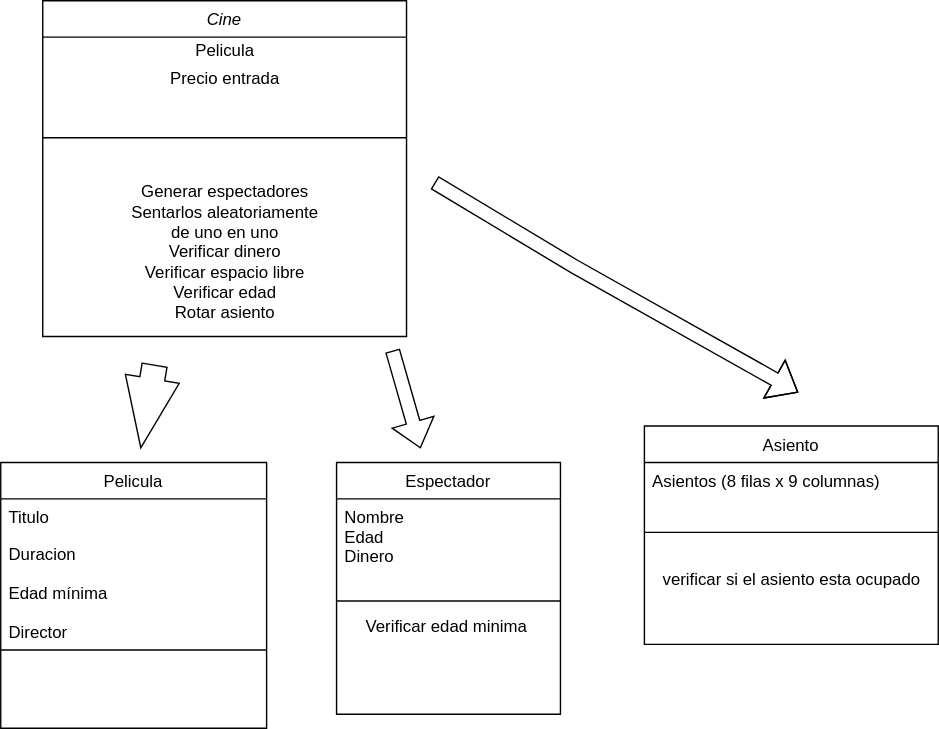
AidaQ27/UN09-EQUIPO6 keeps this draw.io diagram as Untitled Diagram.drawio.svg. Above is the earlier version. Source tidied: cells renumbered, new cells last; positions are measured from the earlier drawing's top-left corner, leaving out a move shared by most shapes. Its diagram source:
```xml
<mxGraphModel>
  <root>
    <mxCell id="0" />
    <mxCell id="1" parent="0" />
    <mxCell id="2" value="Cine" style="swimlane;fontStyle=2;align=center;verticalAlign=top;horizontal=1;startSize=26;rounded=0;shadow=0;strokeWidth=1;" parent="1" vertex="1">
      <mxGeometry x="30" width="260" height="240" as="geometry" />
    </mxCell>
    <mxCell id="3" value="Pelicula" style="text;html=1;align=center;verticalAlign=middle;strokeColor=none;fillColor=none;" parent="2" vertex="1">
      <mxGeometry y="26" width="260" height="20" as="geometry" />
    </mxCell>
    <mxCell id="4" value="Precio entrada" style="text;html=1;align=center;verticalAlign=middle;strokeColor=none;fillColor=none;" parent="2" vertex="1">
      <mxGeometry y="46" width="260" height="20" as="geometry" />
    </mxCell>
    <mxCell id="5" style="line;html=1;strokeWidth=1;align=left;verticalAlign=middle;spacingTop=-1;spacingLeft=3;spacingRight=3;labelPosition=right;" parent="2" vertex="1">
      <mxGeometry y="66" width="260" height="64" as="geometry" />
    </mxCell>
    <mxCell id="6" value="Generar espectadores&lt;br&gt;Sentarlos aleatoriamente&lt;br&gt;de uno en uno&lt;br&gt;Verificar dinero&lt;br&gt;Verificar espacio libre&lt;br&gt;Verificar edad&lt;br&gt;Rotar asiento" style="text;html=1;align=center;verticalAlign=middle;strokeColor=none;fillColor=none;" parent="2" vertex="1">
      <mxGeometry y="130" width="260" height="100" as="geometry" />
    </mxCell>
    <mxCell id="7" value="Pelicula" style="swimlane;fontStyle=0;align=center;verticalAlign=top;horizontal=1;startSize=26;rounded=0;shadow=0;strokeWidth=1;" parent="1" vertex="1">
      <mxGeometry y="330" width="190" height="190" as="geometry" />
    </mxCell>
    <mxCell id="8" value="Titulo" style="text;align=left;verticalAlign=top;spacingLeft=4;spacingRight=4;overflow=hidden;" parent="7" vertex="1">
      <mxGeometry y="26" width="190" height="26" as="geometry" />
    </mxCell>
    <mxCell id="9" value="Duracion&#10;&#10;Edad mínima&#10;&#10;Director" style="text;align=left;verticalAlign=top;spacingLeft=4;spacingRight=4;overflow=hidden;rounded=0;shadow=0;html=0;" parent="7" vertex="1">
      <mxGeometry y="52" width="190" height="78" as="geometry" />
    </mxCell>
    <mxCell id="10" style="line;html=1;strokeWidth=1;align=left;verticalAlign=middle;spacingTop=-1;spacingLeft=3;spacingRight=3;labelPosition=right;" parent="7" vertex="1">
      <mxGeometry y="130" width="190" height="8" as="geometry" />
    </mxCell>
    <mxCell id="11" value="Espectador" style="swimlane;fontStyle=0;align=center;verticalAlign=top;horizontal=1;startSize=26;rounded=0;shadow=0;strokeWidth=1;" parent="1" vertex="1">
      <mxGeometry x="240" y="330" width="160" height="180" as="geometry" />
    </mxCell>
    <mxCell id="12" value="Nombre&#10;Edad&#10;Dinero" style="text;align=left;verticalAlign=top;spacingLeft=4;spacingRight=4;overflow=hidden;" parent="11" vertex="1">
      <mxGeometry y="26" width="160" height="64" as="geometry" />
    </mxCell>
    <mxCell id="13" style="line;html=1;strokeWidth=1;align=left;verticalAlign=middle;spacingTop=-1;spacingLeft=3;spacingRight=3;labelPosition=right;" parent="11" vertex="1">
      <mxGeometry y="90" width="160" height="18" as="geometry" />
    </mxCell>
    <mxCell id="14" value="Verificar edad minima&amp;nbsp;" style="text;html=1;align=center;verticalAlign=middle;strokeColor=none;fillColor=none;" parent="11" vertex="1">
      <mxGeometry y="108" width="160" height="20" as="geometry" />
    </mxCell>
    <mxCell id="15" value="Asiento" style="swimlane;fontStyle=0;align=center;verticalAlign=top;horizontal=1;startSize=26;rounded=0;shadow=0;strokeWidth=1;" parent="1" vertex="1">
      <mxGeometry x="460" y="304" width="210" height="156" as="geometry" />
    </mxCell>
    <mxCell id="16" value="Asientos (8 filas x 9 columnas)" style="text;align=left;verticalAlign=top;spacingLeft=4;spacingRight=4;overflow=hidden;" parent="15" vertex="1">
      <mxGeometry y="26" width="210" height="26" as="geometry" />
    </mxCell>
    <mxCell id="17" style="line;html=1;strokeWidth=1;align=left;verticalAlign=middle;spacingTop=-1;spacingLeft=3;spacingRight=3;labelPosition=right;" parent="15" vertex="1">
      <mxGeometry y="52" width="210" height="48" as="geometry" />
    </mxCell>
    <mxCell id="18" value="verificar si el asiento esta ocupado" style="text;html=1;align=center;verticalAlign=middle;strokeColor=none;fillColor=none;" parent="15" vertex="1">
      <mxGeometry y="100" width="210" height="20" as="geometry" />
    </mxCell>
    <mxCell id="19" style="shape=flexArrow;endArrow=classic;html=1;rounded=0;width=18;endSize=16.33;" parent="1" edge="1">
      <mxGeometry relative="1" as="geometry">
        <mxPoint x="110" y="260" as="sourcePoint" />
        <mxPoint x="100" y="320" as="targetPoint" />
      </mxGeometry>
    </mxCell>
    <mxCell id="20" style="shape=flexArrow;endArrow=classic;html=1;rounded=0;" parent="1" edge="1">
      <mxGeometry relative="1" as="geometry">
        <mxPoint x="280" y="250" as="sourcePoint" />
        <mxPoint x="300" y="320" as="targetPoint" />
      </mxGeometry>
    </mxCell>
    <mxCell id="21" style="shape=flexArrow;endArrow=classic;html=1;rounded=0;" parent="1" edge="1">
      <mxGeometry relative="1" as="geometry">
        <mxPoint x="310" y="130" as="sourcePoint" />
        <mxPoint x="570" y="280" as="targetPoint" />
        <Array as="points">
          <mxPoint x="410" y="190" />
        </Array>
      </mxGeometry>
    </mxCell>
  </root>
</mxGraphModel>
```
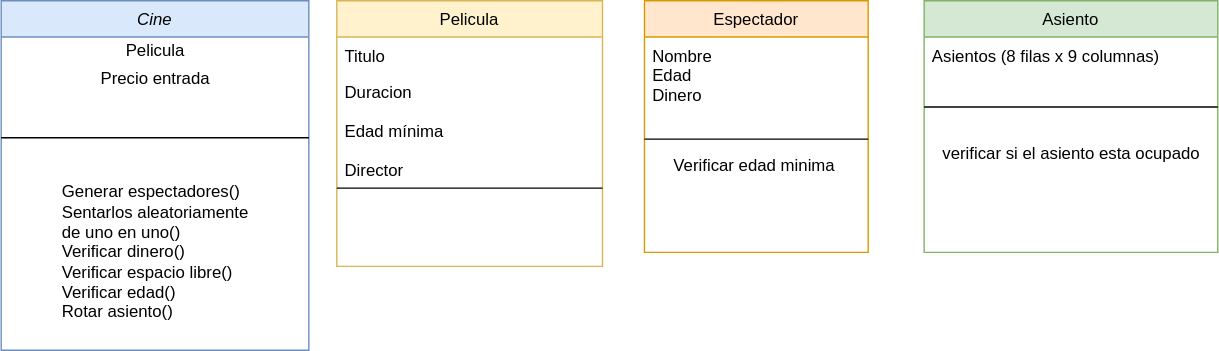
The same file after the commit.

Change to the diagram source:
```diff
@@ -2,23 +2,23 @@
   <root>
     <mxCell id="0" />
     <mxCell id="1" parent="0" />
-    <mxCell id="2" value="Cine" style="swimlane;fontStyle=2;align=center;verticalAlign=top;horizontal=1;startSize=26;rounded=0;shadow=0;strokeWidth=1;" parent="1" vertex="1">
-      <mxGeometry x="30" width="260" height="240" as="geometry" />
+    <mxCell id="2" value="Cine" style="swimlane;fontStyle=2;align=center;verticalAlign=top;horizontal=1;startSize=26;rounded=0;shadow=0;strokeWidth=1;fillColor=#dae8fc;strokeColor=#6c8ebf;" parent="1" vertex="1">
+      <mxGeometry x="-80" y="10" width="220" height="250" as="geometry" />
     </mxCell>
     <mxCell id="3" value="Pelicula" style="text;html=1;align=center;verticalAlign=middle;strokeColor=none;fillColor=none;" parent="2" vertex="1">
-      <mxGeometry y="26" width="260" height="20" as="geometry" />
+      <mxGeometry y="26" width="220" height="20" as="geometry" />
     </mxCell>
     <mxCell id="4" value="Precio entrada" style="text;html=1;align=center;verticalAlign=middle;strokeColor=none;fillColor=none;" parent="2" vertex="1">
-      <mxGeometry y="46" width="260" height="20" as="geometry" />
+      <mxGeometry y="46" width="220" height="20" as="geometry" />
     </mxCell>
     <mxCell id="5" style="line;html=1;strokeWidth=1;align=left;verticalAlign=middle;spacingTop=-1;spacingLeft=3;spacingRight=3;labelPosition=right;" parent="2" vertex="1">
-      <mxGeometry y="66" width="260" height="64" as="geometry" />
+      <mxGeometry y="66" width="220" height="64" as="geometry" />
     </mxCell>
-    <mxCell id="6" value="Generar espectadores&lt;br&gt;Sentarlos aleatoriamente&lt;br&gt;de uno en uno&lt;br&gt;Verificar dinero&lt;br&gt;Verificar espacio libre&lt;br&gt;Verificar edad&lt;br&gt;Rotar asiento" style="text;html=1;align=center;verticalAlign=middle;strokeColor=none;fillColor=none;" parent="2" vertex="1">
-      <mxGeometry y="130" width="260" height="100" as="geometry" />
+    <mxCell id="6" value="&lt;div style=&quot;text-align: justify&quot;&gt;&lt;span&gt;Generar espectadores()&lt;/span&gt;&lt;/div&gt;&lt;div style=&quot;text-align: justify&quot;&gt;&lt;span&gt;Sentarlos aleatoriamente&lt;/span&gt;&lt;/div&gt;&lt;div style=&quot;text-align: justify&quot;&gt;&lt;span&gt;de uno en uno()&lt;/span&gt;&lt;/div&gt;&lt;div style=&quot;text-align: justify&quot;&gt;&lt;span&gt;Verificar dinero()&lt;/span&gt;&lt;/div&gt;&lt;div style=&quot;text-align: justify&quot;&gt;&lt;span&gt;Verificar espacio libre()&lt;/span&gt;&lt;/div&gt;&lt;div style=&quot;text-align: justify&quot;&gt;&lt;span&gt;Verificar edad()&lt;/span&gt;&lt;/div&gt;&lt;div style=&quot;text-align: justify&quot;&gt;&lt;span&gt;Rotar asiento()&lt;/span&gt;&lt;/div&gt;" style="text;html=1;align=center;verticalAlign=middle;strokeColor=none;fillColor=none;" parent="2" vertex="1">
+      <mxGeometry y="130" width="220" height="100" as="geometry" />
     </mxCell>
-    <mxCell id="7" value="Pelicula" style="swimlane;fontStyle=0;align=center;verticalAlign=top;horizontal=1;startSize=26;rounded=0;shadow=0;strokeWidth=1;" parent="1" vertex="1">
-      <mxGeometry y="330" width="190" height="190" as="geometry" />
+    <mxCell id="7" value="Pelicula" style="swimlane;fontStyle=0;align=center;verticalAlign=top;horizontal=1;startSize=26;rounded=0;shadow=0;strokeWidth=1;fillColor=#fff2cc;strokeColor=#d6b656;" parent="1" vertex="1">
+      <mxGeometry x="160" y="10" width="190" height="190" as="geometry" />
     </mxCell>
     <mxCell id="8" value="Titulo" style="text;align=left;verticalAlign=top;spacingLeft=4;spacingRight=4;overflow=hidden;" parent="7" vertex="1">
       <mxGeometry y="26" width="190" height="26" as="geometry" />
@@ -29,8 +29,8 @@
     <mxCell id="10" style="line;html=1;strokeWidth=1;align=left;verticalAlign=middle;spacingTop=-1;spacingLeft=3;spacingRight=3;labelPosition=right;" parent="7" vertex="1">
       <mxGeometry y="130" width="190" height="8" as="geometry" />
     </mxCell>
-    <mxCell id="11" value="Espectador" style="swimlane;fontStyle=0;align=center;verticalAlign=top;horizontal=1;startSize=26;rounded=0;shadow=0;strokeWidth=1;" parent="1" vertex="1">
-      <mxGeometry x="240" y="330" width="160" height="180" as="geometry" />
+    <mxCell id="11" value="Espectador" style="swimlane;fontStyle=0;align=center;verticalAlign=top;horizontal=1;startSize=26;rounded=0;shadow=0;strokeWidth=1;fillColor=#ffe6cc;strokeColor=#d79b00;" parent="1" vertex="1">
+      <mxGeometry x="380" y="10" width="160" height="180" as="geometry" />
     </mxCell>
     <mxCell id="12" value="Nombre&#10;Edad&#10;Dinero" style="text;align=left;verticalAlign=top;spacingLeft=4;spacingRight=4;overflow=hidden;" parent="11" vertex="1">
       <mxGeometry y="26" width="160" height="64" as="geometry" />
@@ -41,8 +41,8 @@
     <mxCell id="14" value="Verificar edad minima&amp;nbsp;" style="text;html=1;align=center;verticalAlign=middle;strokeColor=none;fillColor=none;" parent="11" vertex="1">
       <mxGeometry y="108" width="160" height="20" as="geometry" />
     </mxCell>
-    <mxCell id="15" value="Asiento" style="swimlane;fontStyle=0;align=center;verticalAlign=top;horizontal=1;startSize=26;rounded=0;shadow=0;strokeWidth=1;" parent="1" vertex="1">
-      <mxGeometry x="460" y="304" width="210" height="156" as="geometry" />
+    <mxCell id="15" value="Asiento" style="swimlane;fontStyle=0;align=center;verticalAlign=top;horizontal=1;startSize=26;rounded=0;shadow=0;strokeWidth=1;fillColor=#d5e8d4;strokeColor=#82b366;" parent="1" vertex="1">
+      <mxGeometry x="580" y="10" width="210" height="180" as="geometry" />
     </mxCell>
     <mxCell id="16" value="Asientos (8 filas x 9 columnas)" style="text;align=left;verticalAlign=top;spacingLeft=4;spacingRight=4;overflow=hidden;" parent="15" vertex="1">
       <mxGeometry y="26" width="210" height="26" as="geometry" />
@@ -53,26 +53,5 @@
     <mxCell id="18" value="verificar si el asiento esta ocupado" style="text;html=1;align=center;verticalAlign=middle;strokeColor=none;fillColor=none;" parent="15" vertex="1">
       <mxGeometry y="100" width="210" height="20" as="geometry" />
     </mxCell>
-    <mxCell id="19" style="shape=flexArrow;endArrow=classic;html=1;rounded=0;width=18;endSize=16.33;" parent="1" edge="1">
-      <mxGeometry relative="1" as="geometry">
-        <mxPoint x="110" y="260" as="sourcePoint" />
-        <mxPoint x="100" y="320" as="targetPoint" />
-      </mxGeometry>
-    </mxCell>
-    <mxCell id="20" style="shape=flexArrow;endArrow=classic;html=1;rounded=0;" parent="1" edge="1">
-      <mxGeometry relative="1" as="geometry">
-        <mxPoint x="280" y="250" as="sourcePoint" />
-        <mxPoint x="300" y="320" as="targetPoint" />
-      </mxGeometry>
-    </mxCell>
-    <mxCell id="21" style="shape=flexArrow;endArrow=classic;html=1;rounded=0;" parent="1" edge="1">
-      <mxGeometry relative="1" as="geometry">
-        <mxPoint x="310" y="130" as="sourcePoint" />
-        <mxPoint x="570" y="280" as="targetPoint" />
-        <Array as="points">
-          <mxPoint x="410" y="190" />
-        </Array>
-      </mxGeometry>
-    </mxCell>
   </root>
 </mxGraphModel>
```
